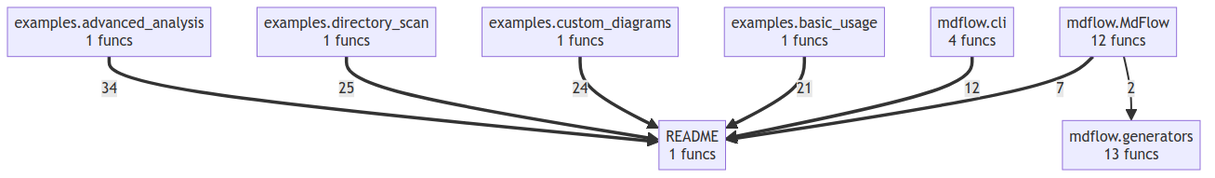
Above: project/compact_flow.png in semcod/mdflow (Mermaid), before the change. Its source is kept beside it as project/compact_flow.mmd. Its diagram source:
```mermaid
flowchart TD
    README["README<br/>1 funcs"]
    examples__advanced_analysis["examples.advanced_analysis<br/>1 funcs"]
    examples__basic_usage["examples.basic_usage<br/>1 funcs"]
    examples__custom_diagrams["examples.custom_diagrams<br/>1 funcs"]
    examples__directory_scan["examples.directory_scan<br/>1 funcs"]
    mdflow__MdFlow["mdflow.MdFlow<br/>12 funcs"]
    mdflow__cli["mdflow.cli<br/>4 funcs"]
    mdflow__generators["mdflow.generators<br/>13 funcs"]
    examples__advanced_analysis ==>|34| README
    examples__directory_scan ==>|25| README
    examples__custom_diagrams ==>|24| README
    examples__basic_usage ==>|21| README
    mdflow__cli ==>|12| README
    mdflow__MdFlow ==>|7| README
    mdflow__MdFlow -->|2| mdflow__generators
```
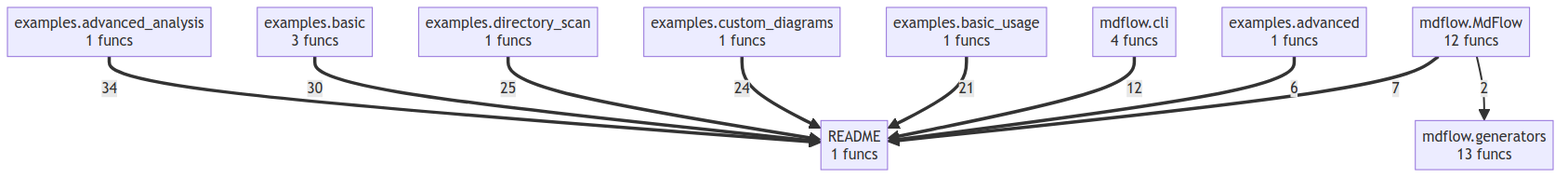
The same diagram one commit later.

What changed in the source:
```diff
@@ -1,6 +1,8 @@
 flowchart TD
     README["README<br/>1 funcs"]
+    examples__advanced["examples.advanced<br/>1 funcs"]
     examples__advanced_analysis["examples.advanced_analysis<br/>1 funcs"]
+    examples__basic["examples.basic<br/>3 funcs"]
     examples__basic_usage["examples.basic_usage<br/>1 funcs"]
     examples__custom_diagrams["examples.custom_diagrams<br/>1 funcs"]
     examples__directory_scan["examples.directory_scan<br/>1 funcs"]
@@ -8,9 +10,11 @@
     mdflow__cli["mdflow.cli<br/>4 funcs"]
     mdflow__generators["mdflow.generators<br/>13 funcs"]
     examples__advanced_analysis ==>|34| README
+    examples__basic ==>|30| README
     examples__directory_scan ==>|25| README
     examples__custom_diagrams ==>|24| README
     examples__basic_usage ==>|21| README
     mdflow__cli ==>|12| README
     mdflow__MdFlow ==>|7| README
+    examples__advanced ==>|6| README
     mdflow__MdFlow -->|2| mdflow__generators
```
